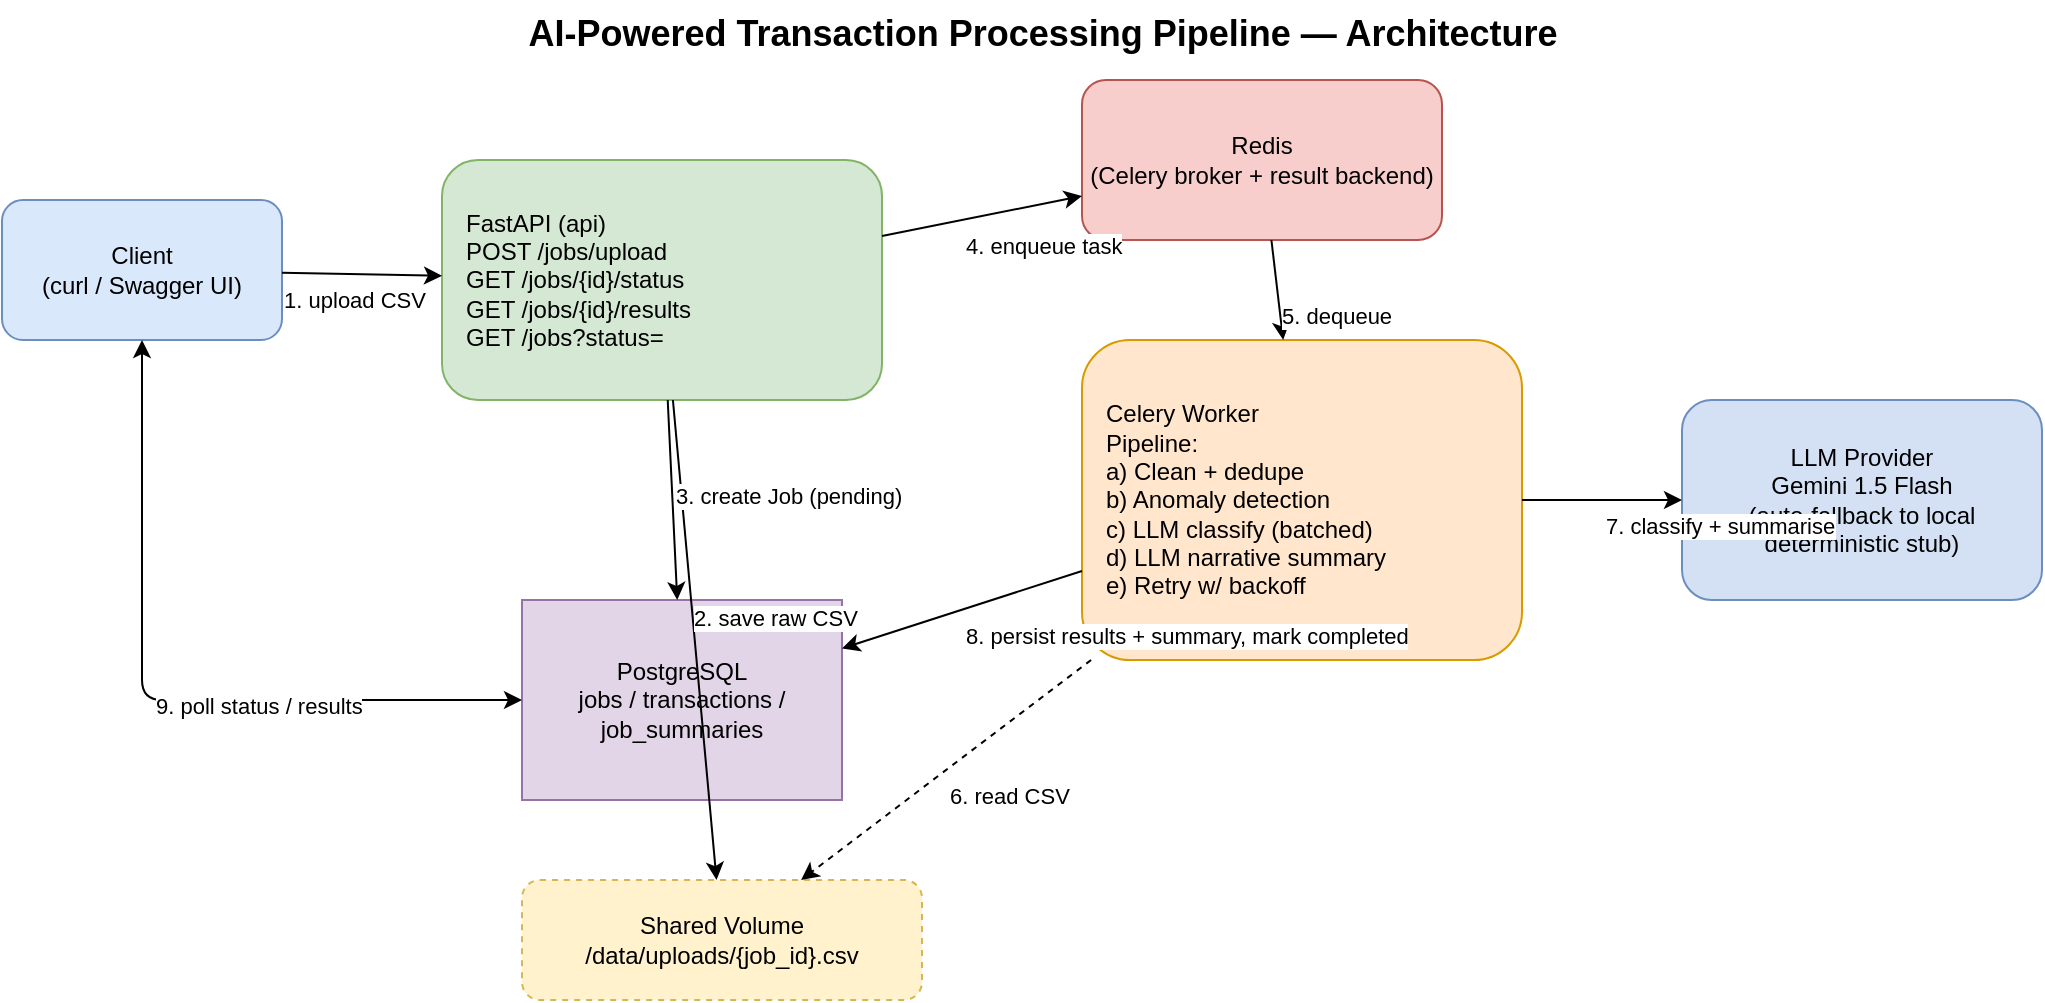
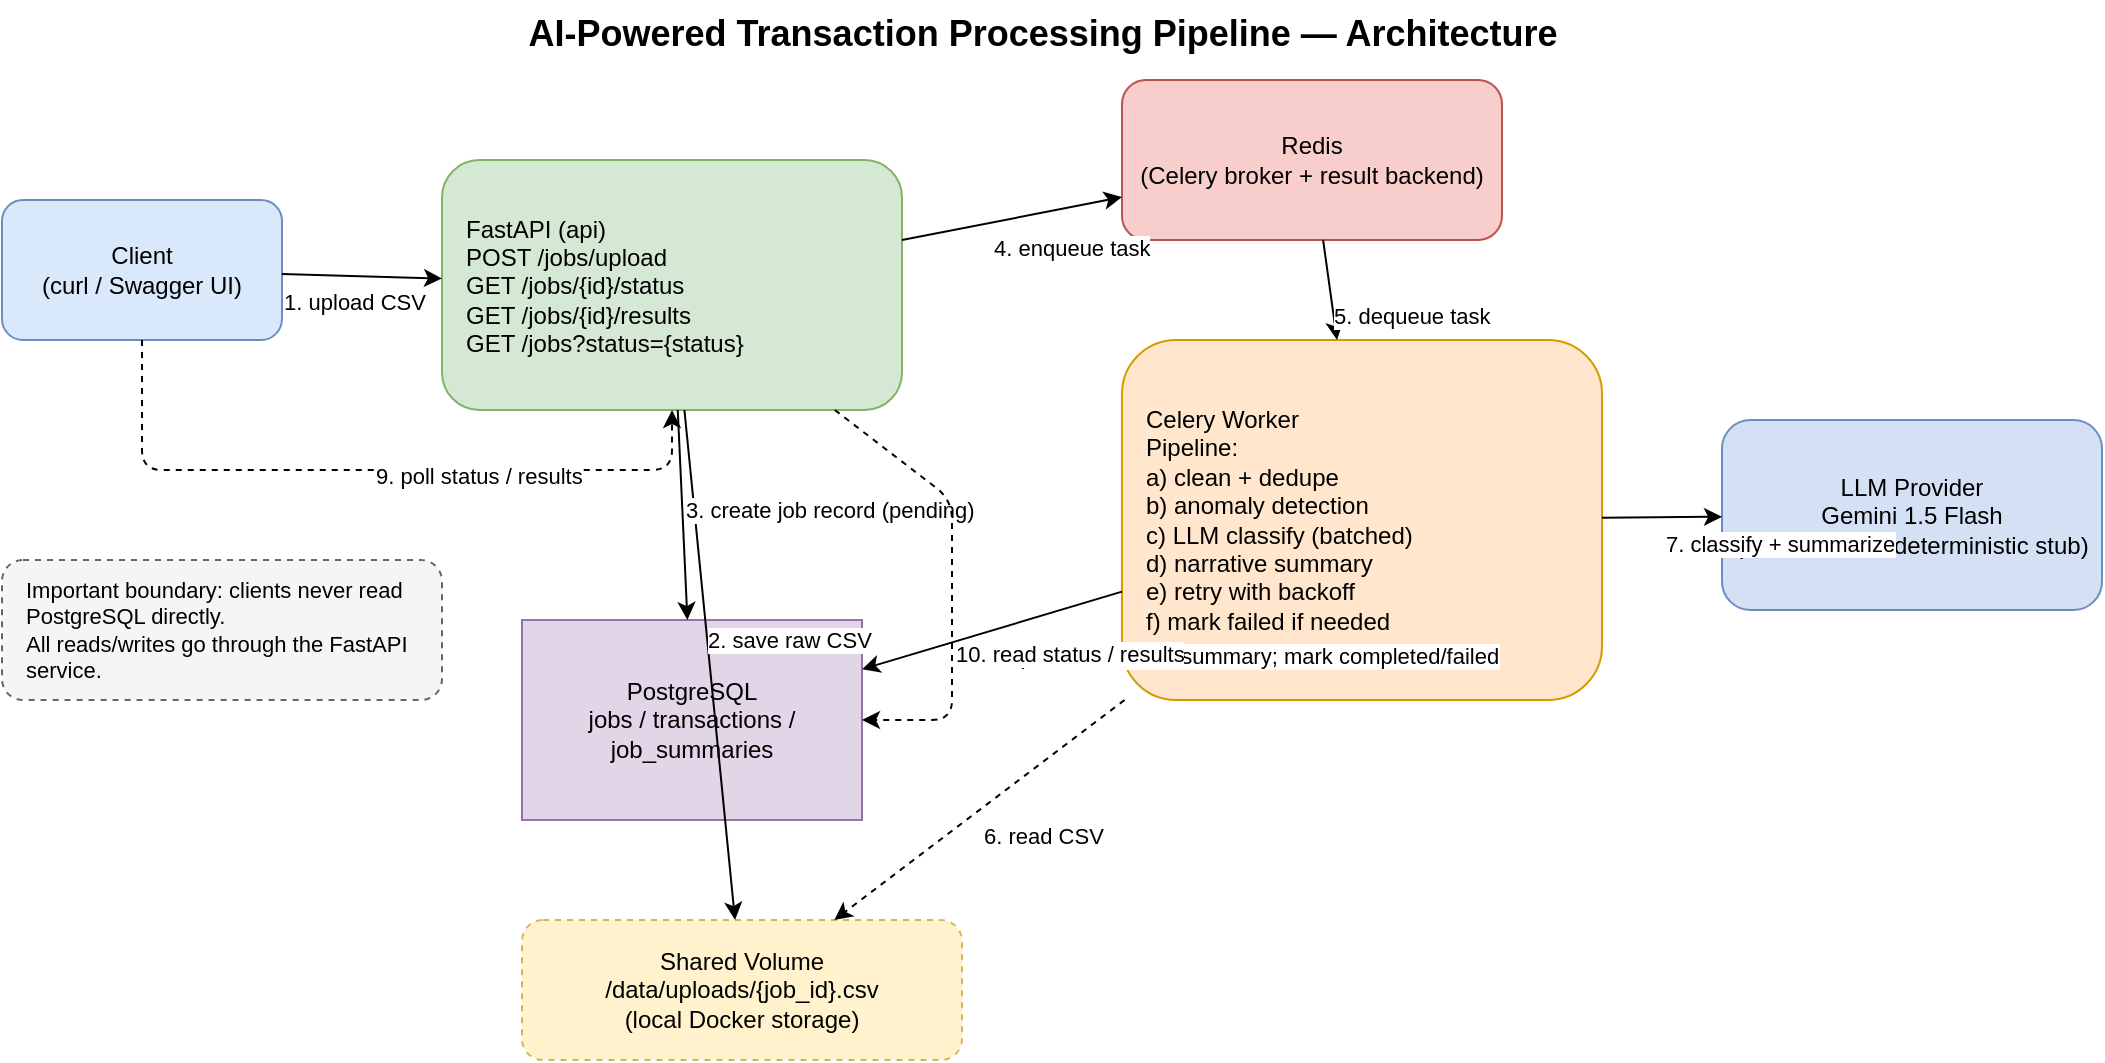
<mxfile host="app.diagrams.net" type="device">
  <diagram name="Architecture" id="arch-1">
    <mxGraphModel dx="1200" dy="800" grid="1" gridSize="10" guides="1" tooltips="1" connect="1" arrows="1" fold="1" page="1" pageScale="1" pageWidth="1169" pageHeight="826" math="0" shadow="0">
      <root>
        <mxCell id="0" />
        <mxCell id="1" parent="0" />

        <mxCell id="title" value="AI-Powered Transaction Processing Pipeline — Architecture" style="text;html=1;fontSize=18;fontStyle=1;align=center;" vertex="1" parent="1">
          <mxGeometry x="200" y="20" width="760" height="30" as="geometry" />
        </mxCell>

        <mxCell id="client" value="Client&#10;(curl / Swagger UI)" style="rounded=1;whiteSpace=wrap;html=1;fillColor=#dae8fc;strokeColor=#6c8ebf;" vertex="1" parent="1">
          <mxGeometry x="60" y="120" width="140" height="70" as="geometry" />
        </mxCell>

-         <mxCell id="api" value="FastAPI (api)&#10;POST /jobs/upload&#10;GET /jobs/{id}/status&#10;GET /jobs/{id}/results&#10;GET /jobs?status=" style="rounded=1;whiteSpace=wrap;html=1;fillColor=#d5e8d4;strokeColor=#82b366;align=left;spacingLeft=10;" vertex="1" parent="1">
-           <mxGeometry x="280" y="100" width="220" height="120" as="geometry" />
+         <mxCell id="api" value="FastAPI (api)&#10;POST /jobs/upload&#10;GET /jobs/{id}/status&#10;GET /jobs/{id}/results&#10;GET /jobs?status={status}" style="rounded=1;whiteSpace=wrap;html=1;fillColor=#d5e8d4;strokeColor=#82b366;align=left;spacingLeft=10;" vertex="1" parent="1">
+           <mxGeometry x="280" y="100" width="230" height="125" as="geometry" />
        </mxCell>

        <mxCell id="redis" value="Redis&#10;(Celery broker + result backend)" style="rounded=1;whiteSpace=wrap;html=1;fillColor=#f8cecc;strokeColor=#b85450;" vertex="1" parent="1">
-           <mxGeometry x="600" y="60" width="180" height="80" as="geometry" />
+           <mxGeometry x="620" y="60" width="190" height="80" as="geometry" />
        </mxCell>

-         <mxCell id="worker" value="Celery Worker&#10;Pipeline:&#10;a) Clean + dedupe&#10;b) Anomaly detection&#10;c) LLM classify (batched)&#10;d) LLM narrative summary&#10;e) Retry w/ backoff" style="rounded=1;whiteSpace=wrap;html=1;fillColor=#ffe6cc;strokeColor=#d79b00;align=left;spacingLeft=10;" vertex="1" parent="1">
-           <mxGeometry x="600" y="190" width="220" height="160" as="geometry" />
+         <mxCell id="worker" value="Celery Worker&#10;Pipeline:&#10;a) clean + dedupe&#10;b) anomaly detection&#10;c) LLM classify (batched)&#10;d) narrative summary&#10;e) retry with backoff&#10;f) mark failed if needed" style="rounded=1;whiteSpace=wrap;html=1;fillColor=#ffe6cc;strokeColor=#d79b00;align=left;spacingLeft=10;" vertex="1" parent="1">
+           <mxGeometry x="620" y="190" width="240" height="180" as="geometry" />
        </mxCell>

        <mxCell id="db" value="PostgreSQL&#10;jobs / transactions / job_summaries" style="cylinder3;whiteSpace=wrap;html=1;boundedLbl=1;backgroundOutline=1;size=15;fillColor=#e1d5e7;strokeColor=#9673a6;" vertex="1" parent="1">
-           <mxGeometry x="320" y="320" width="160" height="100" as="geometry" />
+           <mxGeometry x="320" y="330" width="170" height="100" as="geometry" />
        </mxCell>

-         <mxCell id="volume" value="Shared Volume&#10;/data/uploads/{job_id}.csv" style="rounded=1;whiteSpace=wrap;html=1;fillColor=#fff2cc;strokeColor=#d6b656;dashed=1;" vertex="1" parent="1">
-           <mxGeometry x="320" y="460" width="200" height="60" as="geometry" />
+         <mxCell id="volume" value="Shared Volume&#10;/data/uploads/{job_id}.csv&#10;(local Docker storage)" style="rounded=1;whiteSpace=wrap;html=1;fillColor=#fff2cc;strokeColor=#d6b656;dashed=1;" vertex="1" parent="1">
+           <mxGeometry x="320" y="480" width="220" height="70" as="geometry" />
        </mxCell>

-         <mxCell id="llm" value="LLM Provider&#10;Gemini 1.5 Flash&#10;(auto-fallback to local&#10;deterministic stub)" style="rounded=1;whiteSpace=wrap;html=1;fillColor=#d4e1f5;strokeColor=#6c8ebf;" vertex="1" parent="1">
-           <mxGeometry x="900" y="220" width="180" height="100" as="geometry" />
+         <mxCell id="llm" value="LLM Provider&#10;Gemini 1.5 Flash&#10;(fallback: local deterministic stub)" style="rounded=1;whiteSpace=wrap;html=1;fillColor=#d4e1f5;strokeColor=#6c8ebf;" vertex="1" parent="1">
+           <mxGeometry x="920" y="230" width="190" height="95" as="geometry" />
+         </mxCell>
+ 
+         <mxCell id="note" value="Important boundary: clients never read PostgreSQL directly.&#10;All reads/writes go through the FastAPI service." style="rounded=1;whiteSpace=wrap;html=1;fillColor=#f5f5f5;strokeColor=#666666;dashed=1;fontSize=11;align=left;spacingLeft=10;" vertex="1" parent="1">
+           <mxGeometry x="60" y="300" width="220" height="70" as="geometry" />
        </mxCell>

        <mxCell id="e1" style="endArrow=classic;html=1;" edge="1" parent="1" source="client" target="api">
          <mxGeometry relative="1" as="geometry" />
        </mxCell>
        <mxCell id="e1b" value="1. upload CSV" style="edgeLabel;html=1;align=center;" connectable="0" vertex="1" parent="e1">
          <mxGeometry x="-0.1" relative="1" as="geometry" />
        </mxCell>

        <mxCell id="e2" style="endArrow=classic;html=1;" edge="1" parent="1" source="api" target="volume">
          <mxGeometry relative="1" as="geometry" />
        </mxCell>
        <mxCell id="e2b" value="2. save raw CSV" style="edgeLabel;html=1;" connectable="0" vertex="1" parent="e2">
          <mxGeometry x="-0.2" relative="1" as="geometry" />
        </mxCell>

        <mxCell id="e3" style="endArrow=classic;html=1;" edge="1" parent="1" source="api" target="db">
          <mxGeometry relative="1" as="geometry" />
        </mxCell>
-         <mxCell id="e3b" value="3. create Job (pending)" style="edgeLabel;html=1;" connectable="0" vertex="1" parent="e3">
+         <mxCell id="e3b" value="3. create job record (pending)" style="edgeLabel;html=1;" connectable="0" vertex="1" parent="e3">
          <mxGeometry x="-0.3" relative="1" as="geometry" />
        </mxCell>

        <mxCell id="e4" style="endArrow=classic;html=1;" edge="1" parent="1" source="api" target="redis">
          <mxGeometry relative="1" as="geometry" />
        </mxCell>
        <mxCell id="e4b" value="4. enqueue task" style="edgeLabel;html=1;" connectable="0" vertex="1" parent="e4">
          <mxGeometry x="-0.2" relative="1" as="geometry" />
        </mxCell>

        <mxCell id="e5" style="endArrow=classic;html=1;" edge="1" parent="1" source="redis" target="worker">
          <mxGeometry relative="1" as="geometry" />
        </mxCell>
-         <mxCell id="e5b" value="5. dequeue" style="edgeLabel;html=1;" connectable="0" vertex="1" parent="e5">
+         <mxCell id="e5b" value="5. dequeue task" style="edgeLabel;html=1;" connectable="0" vertex="1" parent="e5">
          <mxGeometry relative="1" as="geometry" />
        </mxCell>

        <mxCell id="e6" style="endArrow=classic;html=1;dashed=1;" edge="1" parent="1" source="worker" target="volume">
          <mxGeometry relative="1" as="geometry" />
        </mxCell>
        <mxCell id="e6b" value="6. read CSV" style="edgeLabel;html=1;" connectable="0" vertex="1" parent="e6">
          <mxGeometry relative="1" as="geometry" />
        </mxCell>

        <mxCell id="e7" style="endArrow=classic;html=1;" edge="1" parent="1" source="worker" target="llm">
          <mxGeometry relative="1" as="geometry" />
        </mxCell>
-         <mxCell id="e7b" value="7. classify + summarise" style="edgeLabel;html=1;" connectable="0" vertex="1" parent="e7">
+         <mxCell id="e7b" value="7. classify + summarize" style="edgeLabel;html=1;" connectable="0" vertex="1" parent="e7">
          <mxGeometry relative="1" as="geometry" />
        </mxCell>

        <mxCell id="e8" style="endArrow=classic;html=1;" edge="1" parent="1" source="worker" target="db">
          <mxGeometry relative="1" as="geometry" />
        </mxCell>
-         <mxCell id="e8b" value="8. persist results + summary, mark completed" style="edgeLabel;html=1;" connectable="0" vertex="1" parent="e8">
+         <mxCell id="e8b" value="8. persist results + summary; mark completed/failed" style="edgeLabel;html=1;" connectable="0" vertex="1" parent="e8">
          <mxGeometry relative="1" as="geometry" />
        </mxCell>

-         <mxCell id="e9" style="endArrow=classic;html=1;startArrow=classic;" edge="1" parent="1" source="client" target="db">
+         <mxCell id="e9" style="endArrow=classic;html=1;dashed=1;" edge="1" parent="1" source="client" target="api">
          <mxGeometry relative="1" as="geometry">
            <Array as="points">
-               <mxPoint x="130" y="370" />
+               <mxPoint x="130" y="255" />
+               <mxPoint x="395" y="255" />
            </Array>
          </mxGeometry>
        </mxCell>
        <mxCell id="e9b" value="9. poll status / results" style="edgeLabel;html=1;" connectable="0" vertex="1" parent="e9">
          <mxGeometry y="10" relative="1" as="geometry" />
        </mxCell>

+         <mxCell id="e10" style="endArrow=classic;html=1;dashed=1;" edge="1" parent="1" source="api" target="db">
+           <mxGeometry relative="1" as="geometry">
+             <Array as="points">
+               <mxPoint x="535" y="270" />
+               <mxPoint x="535" y="380" />
+             </Array>
+           </mxGeometry>
+         </mxCell>
+         <mxCell id="e10b" value="10. read status / results" style="edgeLabel;html=1;" connectable="0" vertex="1" parent="e10">
+           <mxGeometry x="0.2" relative="1" as="geometry" />
+         </mxCell>
+ 
      </root>
    </mxGraphModel>
  </diagram>
</mxfile>
